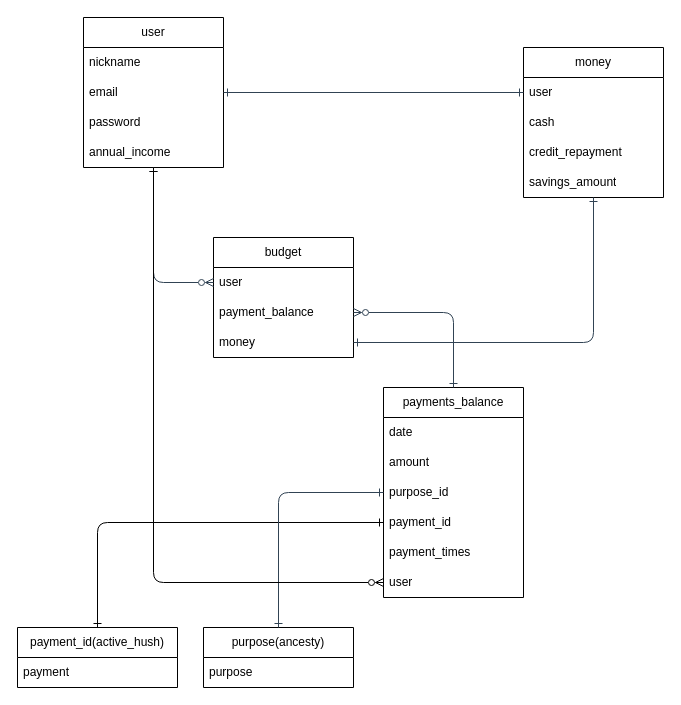
The draw.io diagram my_ecopla_ER.dio in Yuya7124/my_ecopla, before the edit. Source tidied: cells renumbered, new cells numbered last; positions are measured from the earlier drawing's top-left corner, leaving out a move shared by most shapes. Both pictures are drawn from the tidied source at 100%, with x=0, y=0 at pixel (17, 17).
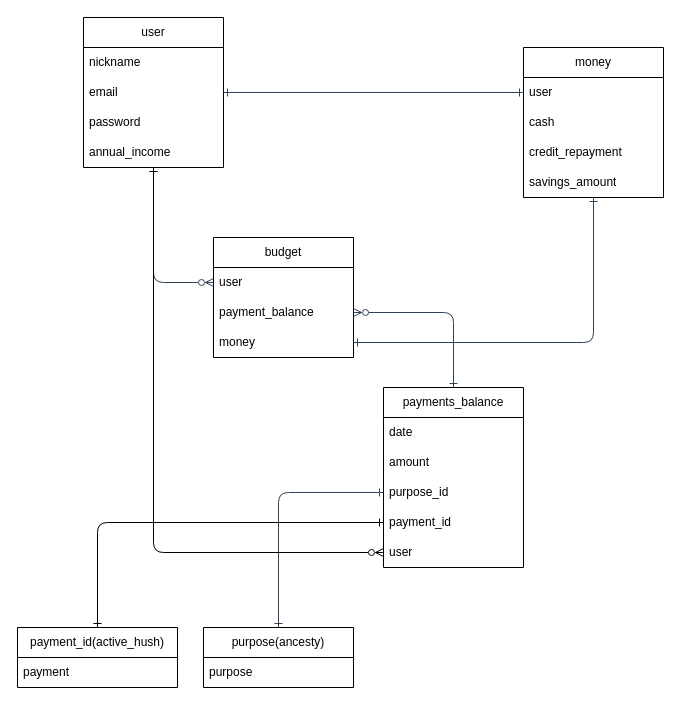
After the change.

The change refers to these unchanged cells:
```xml
<mxCell id="2" value="user" style="swimlane;fontStyle=0;horizontal=1;startSize=30;whiteSpace=wrap;html=1;" parent="1" vertex="1">
  <mxGeometry x="66" width="140" height="150" as="geometry" />
</mxCell>
```

What changed in the source:
```diff
@@
     <mxCell id="7" value="payments_balance" style="swimlane;fontStyle=0;horizontal=1;startSize=30;whiteSpace=wrap;html=1;" parent="1" vertex="1">
-      <mxGeometry x="366" y="370" width="140" height="210" as="geometry" />
+      <mxGeometry x="366" y="370" width="140" height="180" as="geometry" />
     </mxCell>
@@
-    <mxCell id="12" value="payment_times" style="text;strokeColor=none;fillColor=none;align=left;verticalAlign=middle;spacingLeft=4;spacingRight=4;overflow=hidden;whiteSpace=wrap;html=1;" parent="7" vertex="1">
-      <mxGeometry y="150" width="140" height="30" as="geometry" />
-    </mxCell>
     <mxCell id="13" value="user" style="text;strokeColor=none;fillColor=none;align=left;verticalAlign=middle;spacingLeft=4;spacingRight=4;overflow=hidden;points=[[0,0.5],[1,0.5]];portConstraint=eastwest;whiteSpace=wrap;html=1;" parent="7" vertex="1">
-      <mxGeometry y="180" width="140" height="30" as="geometry" />
+      <mxGeometry y="150" width="140" height="30" as="geometry" />
     </mxCell>
@@
     <mxCell id="32" style="edgeStyle=none;html=1;startArrow=ERone;startFill=0;endArrow=ERzeroToMany;endFill=0;" parent="1" edge="1" source="2" target="13">
       <mxGeometry relative="1" as="geometry">
         <Array as="points">
-          <mxPoint x="136" y="565" />
+          <mxPoint x="136" y="535" />
         </Array>
       </mxGeometry>
     </mxCell>
```
